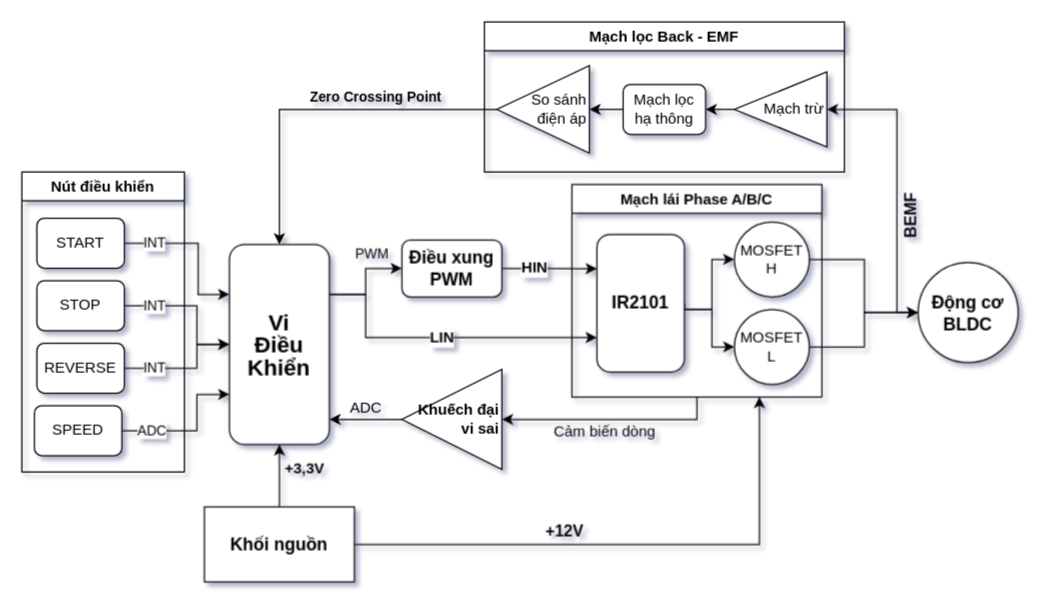
Earlier version of the draw.io diagram Schematic_BEMF.drawio (ducphan2003/demo). Source tidied: cells renumbered, new cells numbered last; positions are measured from the earlier drawing's top-left corner, leaving out a move shared by most shapes. Both pictures are drawn from the tidied source at 125%, with x=0, y=0 at pixel (21, 21).
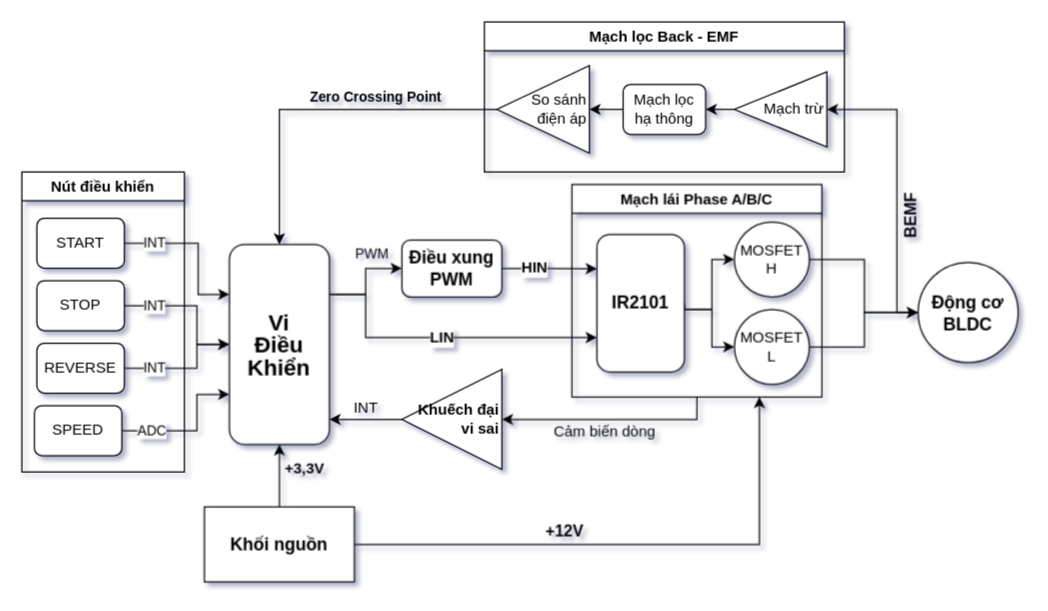
The same page after the edit.

The change refers to these unchanged cells:
```xml
<mxCell id="4" value="&lt;h2 style=&quot;line-height: 1&quot;&gt;Vi&lt;br&gt;Điều&lt;br&gt;Khiển&lt;/h2&gt;" style="rounded=1;whiteSpace=wrap;html=1;" parent="1" vertex="1">
  <mxGeometry x="166" y="178" width="80" height="160" as="geometry" />
</mxCell>
<mxCell id="33" value="&lt;b&gt;Khuếch đại&lt;br&gt;vi sai&lt;/b&gt;" style="triangle;whiteSpace=wrap;html=1;fontSize=12;direction=west;align=right;" parent="1" vertex="1">
  <mxGeometry x="304" y="278" width="80" height="80" as="geometry" />
</mxCell>
```

What changed in the source:
```diff
@@
-    <mxCell id="32" value="ADC" style="edgeStyle=orthogonalEdgeStyle;rounded=0;jettySize=auto;html=1;entryX=1;entryY=0.875;entryDx=0;entryDy=0;entryPerimeter=0;fontSize=12;labelBackgroundColor=none;" parent="1" edge="1" source="33" target="4">
+    <mxCell id="32" value="INT" style="edgeStyle=orthogonalEdgeStyle;rounded=0;jettySize=auto;html=1;entryX=1;entryY=0.875;entryDx=0;entryDy=0;entryPerimeter=0;fontSize=12;labelBackgroundColor=none;" parent="1" edge="1" source="33" target="4">
       <mxGeometry y="-9" relative="1" as="geometry" />
     </mxCell>
```
